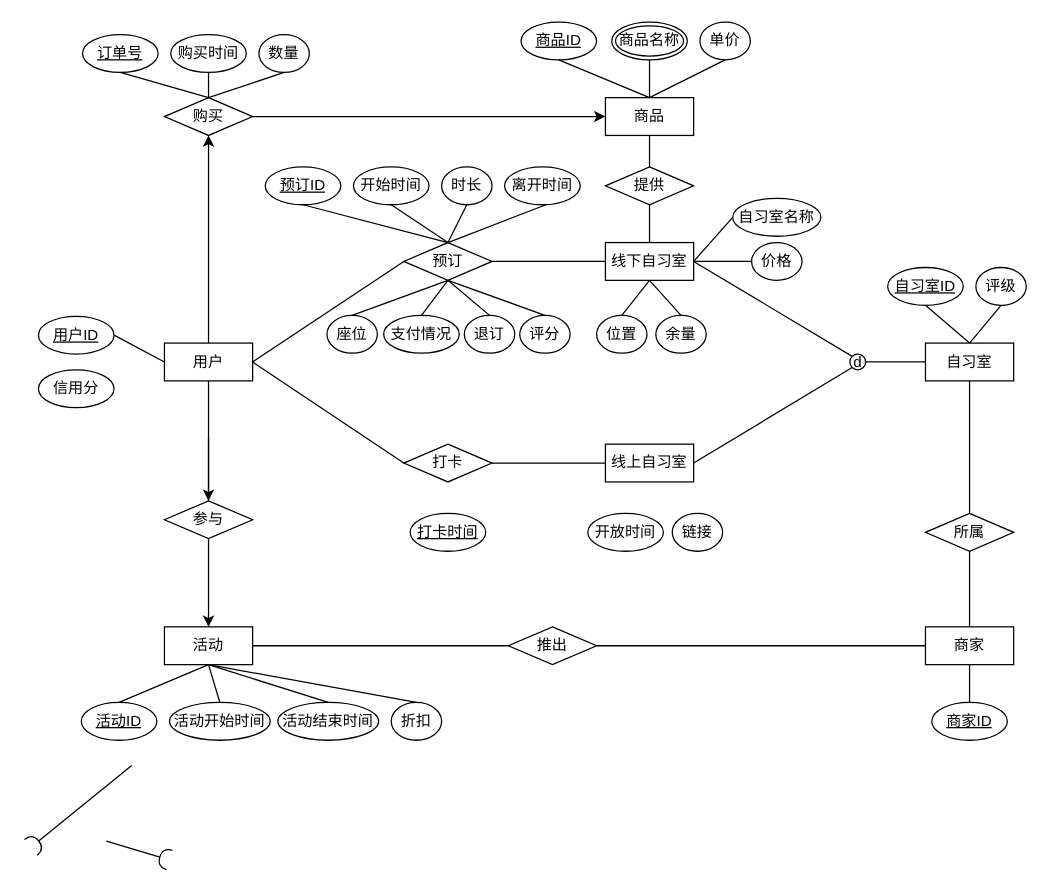
This is 未命名绘图.drawio from wuhongmei/pic, a draw.io file, before an edit. Source tidied: cells renumbered, new cells numbered last; positions are measured from the earlier drawing's top-left corner, leaving out a move shared by most shapes. Both pictures are drawn from the tidied source at 126%, with x=0, y=0 at pixel (30, 21).
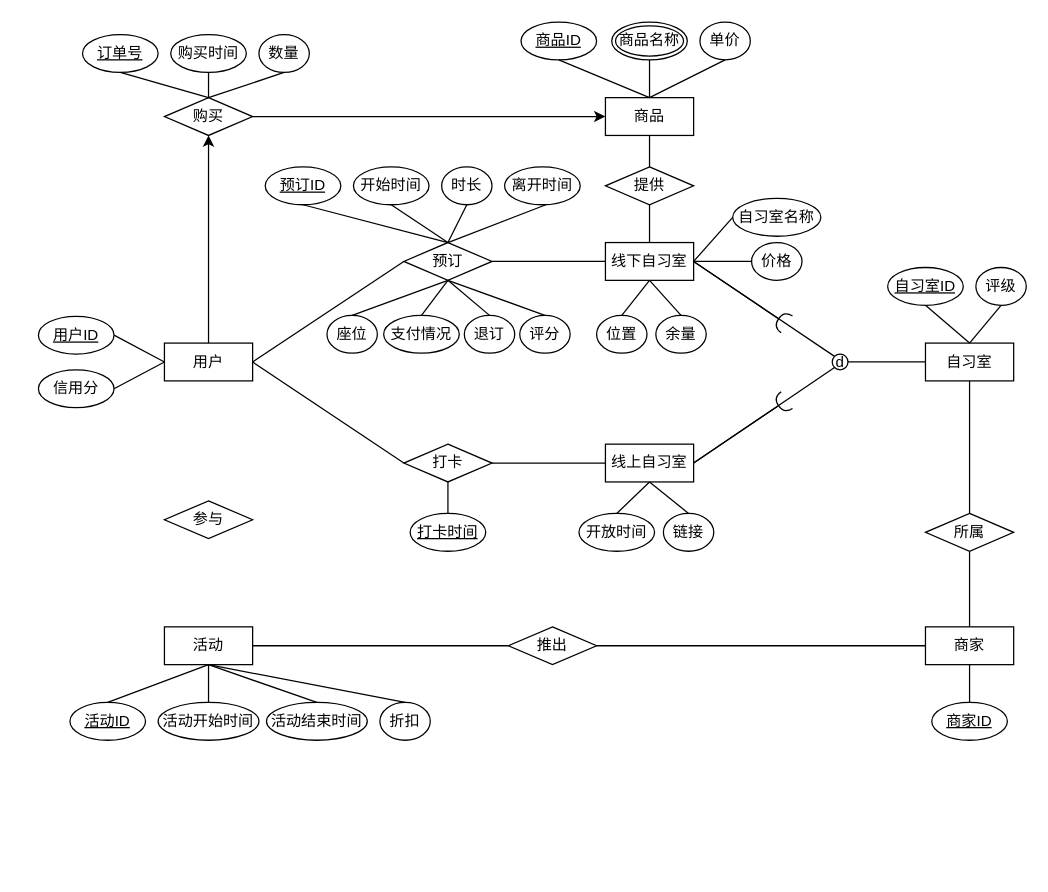
The same page after the edit.

Unchanged cells that the change refers to:
```xml
<mxCell id="2" value="线上自习室" style="whiteSpace=wrap;html=1;align=center;" parent="1" vertex="1">
  <mxGeometry x="456" y="335" width="70" height="30" as="geometry" />
</mxCell>
<mxCell id="5" value="用户" style="whiteSpace=wrap;html=1;align=center;" parent="1" vertex="1">
  <mxGeometry x="106" y="254.8" width="70" height="30" as="geometry" />
</mxCell>
<mxCell id="8" value="打卡" style="shape=rhombus;perimeter=rhombusPerimeter;whiteSpace=wrap;html=1;align=center;" parent="1" vertex="1">
  <mxGeometry x="296" y="335" width="70" height="30" as="geometry" />
</mxCell>
<mxCell id="9" value="线下自习室" style="whiteSpace=wrap;html=1;align=center;" parent="1" vertex="1">
  <mxGeometry x="456" y="175" width="70" height="30" as="geometry" />
</mxCell>
<mxCell id="22" value="活动" style="whiteSpace=wrap;html=1;align=center;" parent="1" vertex="1">
  <mxGeometry x="106" y="480" width="70" height="30" as="geometry" />
</mxCell>
<mxCell id="25" value="参与" style="shape=rhombus;perimeter=rhombusPerimeter;whiteSpace=wrap;html=1;align=center;" parent="1" vertex="1">
  <mxGeometry x="106" y="380" width="70" height="30" as="geometry" />
</mxCell>
<mxCell id="53" value="信用分" style="ellipse;whiteSpace=wrap;html=1;align=center;" parent="1" vertex="1">
  <mxGeometry x="6" y="276" width="60" height="30" as="geometry" />
</mxCell>
<mxCell id="62" value="打卡时间" style="ellipse;whiteSpace=wrap;html=1;align=center;fontStyle=4;" parent="1" vertex="1">
  <mxGeometry x="301" y="390" width="60" height="30" as="geometry" />
</mxCell>
```

Change to the diagram source:
```diff
@@
-    <mxCell id="4" style="edgeStyle=orthogonalEdgeStyle;rounded=0;jettySize=auto;html=1;entryX=0.5;entryY=0;entryDx=0;entryDy=0;" parent="1" edge="1" source="5" target="25">
-      <mxGeometry relative="1" as="geometry" />
-    </mxCell>
@@
-    <mxCell id="11" style="endArrow=none;html=1;rounded=0;entryX=1;entryY=0.5;entryDx=0;entryDy=0;startArrow=halfCircle;startFill=0;sourcePerimeterSpacing=0;strokeWidth=1;" parent="1" edge="1">
+    <mxCell id="11" style="endArrow=none;html=1;rounded=0;entryX=1;entryY=0.5;entryDx=0;entryDy=0;startArrow=halfCircle;startFill=0;sourcePerimeterSpacing=0;strokeWidth=1;" parent="1" edge="1" target="9">
       <mxGeometry relative="1" as="geometry">
-        <mxPoint x="110" y="665" as="sourcePoint" />
-        <mxPoint x="60" y="650" as="targetPoint" />
+        <mxPoint x="600" y="240" as="sourcePoint" />
       </mxGeometry>
     </mxCell>
-    <mxCell id="12" style="endArrow=none;html=1;rounded=0;entryX=1;entryY=0.5;entryDx=0;entryDy=0;startArrow=halfCircle;startFill=0;sourcePerimeterSpacing=0;strokeWidth=1;" parent="1" edge="1">
+    <mxCell id="12" style="endArrow=none;html=1;rounded=0;entryX=1;entryY=0.5;entryDx=0;entryDy=0;startArrow=halfCircle;startFill=0;sourcePerimeterSpacing=0;strokeWidth=1;" parent="1" edge="1" target="2">
       <mxGeometry relative="1" as="geometry">
-        <mxPoint y="655" as="sourcePoint" />
-        <mxPoint x="80" y="590" as="targetPoint" />
+        <mxPoint x="600" y="300" as="sourcePoint" />
       </mxGeometry>
     </mxCell>
@@
     <mxCell id="15" value="d" style="ellipse;whiteSpace=wrap;html=1;" parent="1" vertex="1">
-      <mxGeometry x="650" y="263.5" width="12.5" height="12.5" as="geometry" />
+      <mxGeometry x="636" y="263.5" width="12.5" height="12.5" as="geometry" />
     </mxCell>
@@
-    <mxCell id="24" style="edgeStyle=orthogonalEdgeStyle;rounded=0;jettySize=auto;html=1;entryX=0.5;entryY=0;entryDx=0;entryDy=0;exitX=0.5;exitY=1;exitDx=0;exitDy=0;" parent="1" edge="1" source="25" target="22">
-      <mxGeometry relative="1" as="geometry">
-        <Array as="points">
-          <mxPoint x="141" y="330" />
-          <mxPoint x="141" y="330" />
-        </Array>
-      </mxGeometry>
-    </mxCell>
@@
     <mxCell id="52" value="开放时间" style="ellipse;whiteSpace=wrap;html=1;align=center;" parent="1" vertex="1">
-      <mxGeometry x="442" y="390" width="60" height="30" as="geometry" />
+      <mxGeometry x="435" y="390" width="60" height="30" as="geometry" />
     </mxCell>
@@
     <mxCell id="56" value="活动ID" style="ellipse;whiteSpace=wrap;html=1;align=center;fontStyle=4;" parent="1" vertex="1">
-      <mxGeometry x="40" y="540" width="60" height="30" as="geometry" />
+      <mxGeometry x="31" y="540" width="60" height="30" as="geometry" />
     </mxCell>
     <mxCell id="57" value="活动开始时间" style="ellipse;whiteSpace=wrap;html=1;align=center;" parent="1" vertex="1">
-      <mxGeometry x="110" y="540" width="80" height="30" as="geometry" />
+      <mxGeometry x="101" y="540" width="80" height="30" as="geometry" />
     </mxCell>
     <mxCell id="58" value="折扣" style="ellipse;whiteSpace=wrap;html=1;align=center;" parent="1" vertex="1">
-      <mxGeometry x="286" y="540" width="40" height="30" as="geometry" />
+      <mxGeometry x="277" y="540" width="40" height="30" as="geometry" />
     </mxCell>
@@
     <mxCell id="61" value="链接" style="ellipse;whiteSpace=wrap;html=1;align=center;" parent="1" vertex="1">
-      <mxGeometry x="509" y="390" width="40" height="30" as="geometry" />
+      <mxGeometry x="502" y="390" width="40" height="30" as="geometry" />
     </mxCell>
@@
     <mxCell id="65" value="活动结束时间" style="ellipse;whiteSpace=wrap;html=1;align=center;" parent="1" vertex="1">
-      <mxGeometry x="196" y="540" width="80" height="30" as="geometry" />
+      <mxGeometry x="187" y="540" width="80" height="30" as="geometry" />
     </mxCell>
@@
+    <mxCell id="92" style="endArrow=none;html=1;rounded=0;exitX=1;exitY=0.5;exitDx=0;exitDy=0;entryX=0;entryY=0.5;entryDx=0;entryDy=0;" parent="1" edge="1" source="53" target="5">
+      <mxGeometry relative="1" as="geometry" />
+    </mxCell>
+    <mxCell id="93" style="endArrow=none;html=1;rounded=0;exitX=0.5;exitY=1;exitDx=0;exitDy=0;entryX=0.5;entryY=0;entryDx=0;entryDy=0;" parent="1" edge="1" source="8" target="62">
+      <mxGeometry relative="1" as="geometry" />
+    </mxCell>
+    <mxCell id="94" style="endArrow=none;html=1;rounded=0;exitX=0.5;exitY=1;exitDx=0;exitDy=0;entryX=0.5;entryY=0;entryDx=0;entryDy=0;" parent="1" edge="1" source="2" target="52">
+      <mxGeometry relative="1" as="geometry" />
+    </mxCell>
+    <mxCell id="95" style="endArrow=none;html=1;rounded=0;entryX=0.5;entryY=0;entryDx=0;entryDy=0;exitX=0.5;exitY=1;exitDx=0;exitDy=0;" parent="1" edge="1" source="2" target="61">
+      <mxGeometry relative="1" as="geometry" />
+    </mxCell>
```
